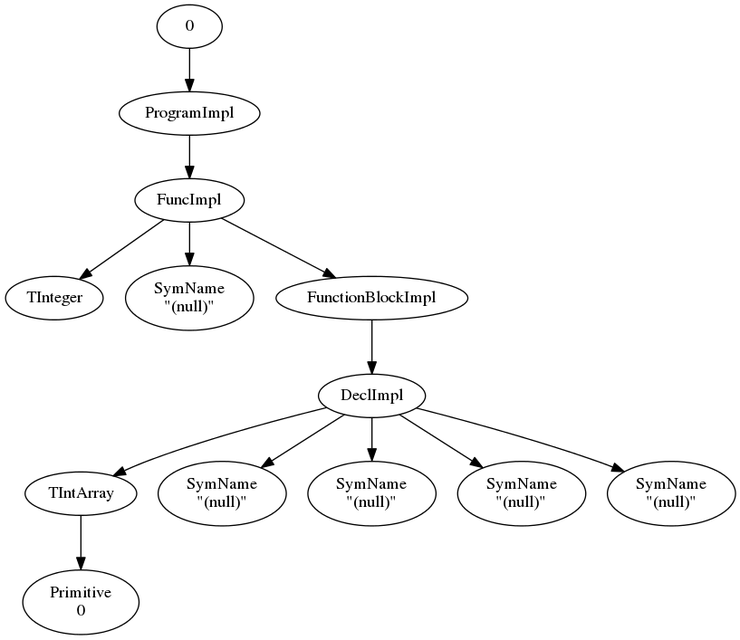
drewtaylors/cs160 keeps this Graphviz diagram as ast/testProgram.png. Above is the earlier version. Its source is kept beside it as ast/testProgram.dot.
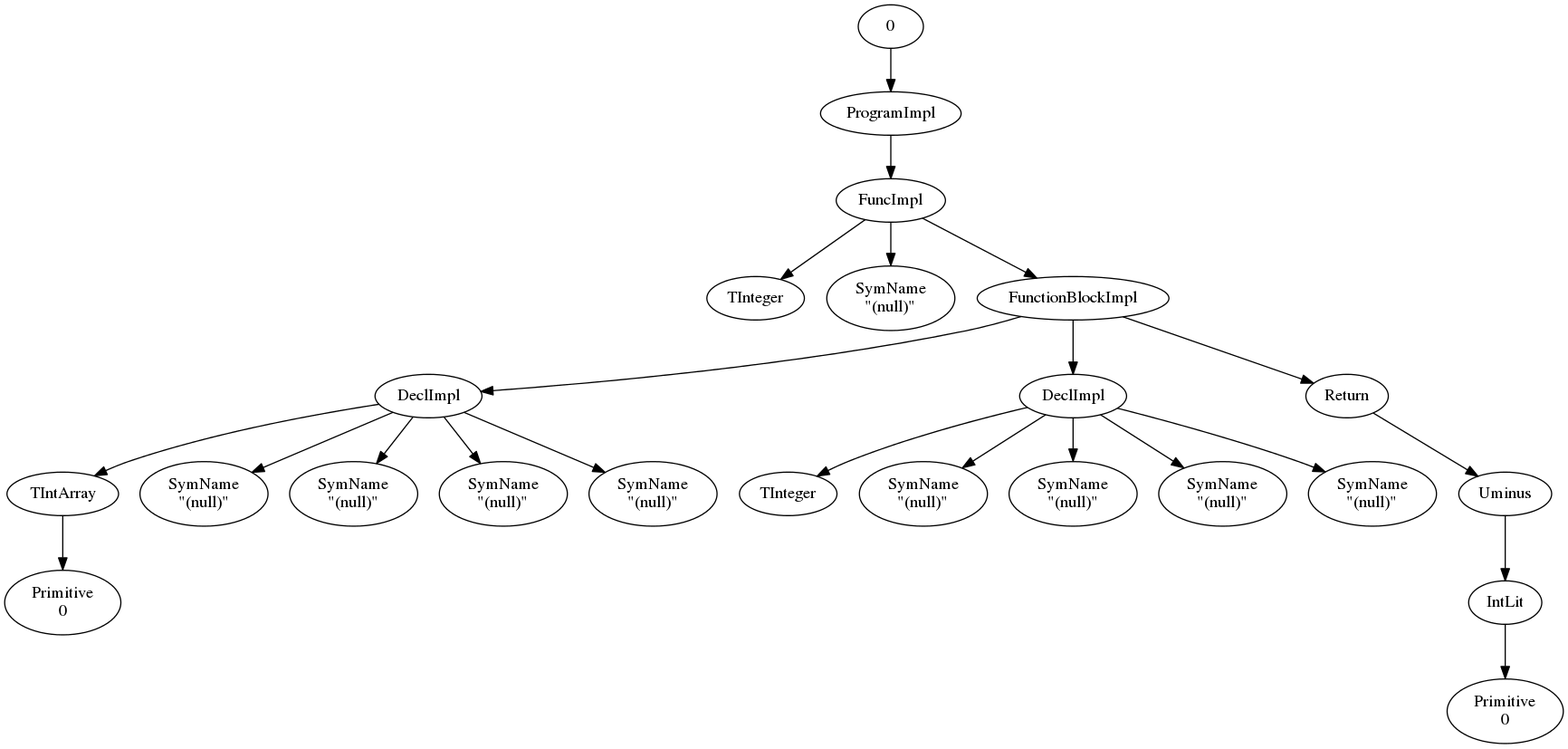
After the commit.

Diff of the diagram source:
```diff
@@ -23,4 +23,24 @@
 "11" [label="SymName\n\"(null)\""]
 "6" -> "12"
 "12" [label="SymName\n\"(null)\""]
+"5" -> "13"
+"13" [label="DeclImpl"]
+"13" -> "14"
+"14" [label="TInteger"]
+"13" -> "15"
+"15" [label="SymName\n\"(null)\""]
+"13" -> "16"
+"16" [label="SymName\n\"(null)\""]
+"13" -> "17"
+"17" [label="SymName\n\"(null)\""]
+"13" -> "18"
+"18" [label="SymName\n\"(null)\""]
+"5" -> "19"
+"19" [label="Return"]
+"19" -> "20"
+"20" [label="Uminus"]
+"20" -> "21"
+"21" [label="IntLit"]
+"21" -> "22"
+"22" [label="Primitive\n0"]
 };
```
